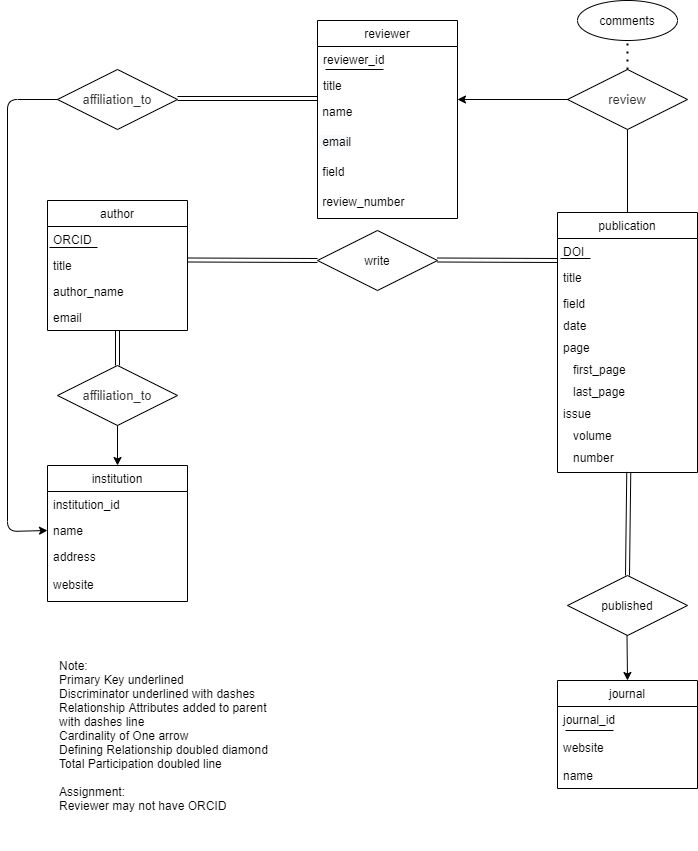
Earlier version of the draw.io export Untitled Diagram.png (impulseoy/learnGit). Source tidied: cells renumbered, new cells last; positions are measured from the earlier drawing's top-left corner, leaving out a move shared by most shapes. The source it was exported from:
```xml
<mxGraphModel>
  <root>
    <mxCell id="0" />
    <mxCell id="1" parent="0" />
    <mxCell id="2" value="publication" style="swimlane;fontStyle=0;horizontal=1;startSize=26;fillColor=none;" parent="1" vertex="1">
      <mxGeometry x="550" y="212" width="140" height="260" as="geometry" />
    </mxCell>
    <mxCell id="3" value="DOI" style="text;strokeColor=none;fillColor=none;align=left;verticalAlign=top;spacingLeft=4;spacingRight=4;overflow=hidden;" parent="2" vertex="1">
      <mxGeometry y="26" width="140" height="26" as="geometry" />
    </mxCell>
    <mxCell id="4" style="endArrow=none;html=1;" parent="2" edge="1">
      <mxGeometry relative="1" as="geometry">
        <mxPoint x="3" y="46" as="sourcePoint" />
        <mxPoint x="33" y="46" as="targetPoint" />
      </mxGeometry>
    </mxCell>
    <mxCell id="5" value="title" style="text;strokeColor=none;fillColor=none;align=left;verticalAlign=top;spacingLeft=4;spacingRight=4;overflow=hidden;" parent="2" vertex="1">
      <mxGeometry y="52" width="140" height="26" as="geometry" />
    </mxCell>
    <mxCell id="6" value="field" style="text;strokeColor=none;fillColor=none;align=left;verticalAlign=top;spacingLeft=4;spacingRight=4;overflow=hidden;" parent="2" vertex="1">
      <mxGeometry y="78" width="140" height="22" as="geometry" />
    </mxCell>
    <mxCell id="7" value="date" style="text;strokeColor=none;fillColor=none;align=left;verticalAlign=top;spacingLeft=4;spacingRight=4;overflow=hidden;" parent="2" vertex="1">
      <mxGeometry y="100" width="140" height="22" as="geometry" />
    </mxCell>
    <mxCell id="8" value="page" style="text;strokeColor=none;fillColor=none;align=left;verticalAlign=top;spacingLeft=4;spacingRight=4;overflow=hidden;" parent="2" vertex="1">
      <mxGeometry y="122" width="140" height="22" as="geometry" />
    </mxCell>
    <mxCell id="9" value="   first_page" style="text;strokeColor=none;fillColor=none;align=left;verticalAlign=top;spacingLeft=4;spacingRight=4;overflow=hidden;" parent="2" vertex="1">
      <mxGeometry y="144" width="140" height="22" as="geometry" />
    </mxCell>
    <mxCell id="10" value="   last_page" style="text;strokeColor=none;fillColor=none;align=left;verticalAlign=top;spacingLeft=4;spacingRight=4;overflow=hidden;" parent="2" vertex="1">
      <mxGeometry y="166" width="140" height="22" as="geometry" />
    </mxCell>
    <mxCell id="11" value="issue" style="text;strokeColor=none;fillColor=none;align=left;verticalAlign=top;spacingLeft=4;spacingRight=4;overflow=hidden;" parent="2" vertex="1">
      <mxGeometry y="188" width="140" height="22" as="geometry" />
    </mxCell>
    <mxCell id="12" value="   volume" style="text;strokeColor=none;fillColor=none;align=left;verticalAlign=top;spacingLeft=4;spacingRight=4;overflow=hidden;" parent="2" vertex="1">
      <mxGeometry y="210" width="140" height="22" as="geometry" />
    </mxCell>
    <mxCell id="13" value="   number" style="text;strokeColor=none;fillColor=none;align=left;verticalAlign=top;spacingLeft=4;spacingRight=4;overflow=hidden;points=[[0,0.5],[1,0.5]];portConstraint=eastwest;" parent="2" vertex="1">
      <mxGeometry y="232" width="140" height="28" as="geometry" />
    </mxCell>
    <mxCell id="14" value="author" style="swimlane;fontStyle=0;horizontal=1;startSize=26;fillColor=none;" parent="1" vertex="1">
      <mxGeometry x="40" y="200" width="140" height="130" as="geometry" />
    </mxCell>
    <mxCell id="15" value="ORCID" style="text;strokeColor=none;fillColor=none;align=left;verticalAlign=top;spacingLeft=4;spacingRight=4;overflow=hidden;" parent="14" vertex="1">
      <mxGeometry y="26" width="140" height="26" as="geometry" />
    </mxCell>
    <mxCell id="16" style="endArrow=none;html=1;" parent="14" edge="1">
      <mxGeometry relative="1" as="geometry">
        <mxPoint x="2" y="47" as="sourcePoint" />
        <mxPoint x="50" y="47" as="targetPoint" />
      </mxGeometry>
    </mxCell>
    <mxCell id="17" value="title" style="text;strokeColor=none;fillColor=none;align=left;verticalAlign=top;spacingLeft=4;spacingRight=4;overflow=hidden;" parent="14" vertex="1">
      <mxGeometry y="52" width="140" height="26" as="geometry" />
    </mxCell>
    <mxCell id="18" value="author_name" style="text;strokeColor=none;fillColor=none;align=left;verticalAlign=top;spacingLeft=4;spacingRight=4;overflow=hidden;" parent="14" vertex="1">
      <mxGeometry y="78" width="140" height="26" as="geometry" />
    </mxCell>
    <mxCell id="19" value="email" style="text;strokeColor=none;fillColor=none;align=left;verticalAlign=top;spacingLeft=4;spacingRight=4;overflow=hidden;" parent="14" vertex="1">
      <mxGeometry y="104" width="140" height="26" as="geometry" />
    </mxCell>
    <mxCell id="20" value="write" style="shape=rhombus;perimeter=rhombusPerimeter;whiteSpace=wrap;html=1;align=center;" parent="1" vertex="1">
      <mxGeometry x="310" y="230" width="120" height="60" as="geometry" />
    </mxCell>
    <mxCell id="21" style="shape=link;html=1;rounded=0;" parent="1" edge="1">
      <mxGeometry relative="1" as="geometry">
        <mxPoint x="180" y="259.5" as="sourcePoint" />
        <mxPoint x="310" y="260" as="targetPoint" />
      </mxGeometry>
    </mxCell>
    <mxCell id="22" value="journal" style="swimlane;fontStyle=0;horizontal=1;startSize=26;fillColor=none;" parent="1" vertex="1">
      <mxGeometry x="550" y="680" width="140" height="108" as="geometry" />
    </mxCell>
    <mxCell id="23" value="journal_id" style="text;strokeColor=none;fillColor=none;align=left;verticalAlign=top;spacingLeft=4;spacingRight=4;overflow=hidden;" parent="22" vertex="1">
      <mxGeometry y="26" width="140" height="28" as="geometry" />
    </mxCell>
    <mxCell id="24" style="endArrow=none;html=1;" parent="22" edge="1">
      <mxGeometry relative="1" as="geometry">
        <mxPoint x="8" y="50" as="sourcePoint" />
        <mxPoint x="56" y="50" as="targetPoint" />
      </mxGeometry>
    </mxCell>
    <mxCell id="25" value="website" style="text;strokeColor=none;fillColor=none;align=left;verticalAlign=top;spacingLeft=4;spacingRight=4;overflow=hidden;" parent="22" vertex="1">
      <mxGeometry y="54" width="140" height="28" as="geometry" />
    </mxCell>
    <mxCell id="26" value="name" style="text;strokeColor=none;fillColor=none;align=left;verticalAlign=top;spacingLeft=4;spacingRight=4;overflow=hidden;" parent="22" vertex="1">
      <mxGeometry y="82" width="140" height="26" as="geometry" />
    </mxCell>
    <mxCell id="27" value="institution" style="swimlane;fontStyle=0;horizontal=1;startSize=26;fillColor=none;" parent="1" vertex="1">
      <mxGeometry x="40" y="465" width="140" height="136" as="geometry" />
    </mxCell>
    <mxCell id="28" value="institution_id" style="text;strokeColor=none;fillColor=none;align=left;verticalAlign=top;spacingLeft=4;spacingRight=4;overflow=hidden;" parent="27" vertex="1">
      <mxGeometry y="26" width="140" height="26" as="geometry" />
    </mxCell>
    <mxCell id="29" value="name" style="text;strokeColor=none;fillColor=none;align=left;verticalAlign=top;spacingLeft=4;spacingRight=4;overflow=hidden;points=[[0,0.5],[1,0.5]];portConstraint=eastwest;" parent="27" vertex="1">
      <mxGeometry y="52" width="140" height="26" as="geometry" />
    </mxCell>
    <mxCell id="30" value="address" style="text;strokeColor=none;fillColor=none;align=left;verticalAlign=top;spacingLeft=4;spacingRight=4;overflow=hidden;" parent="27" vertex="1">
      <mxGeometry y="78" width="140" height="28" as="geometry" />
    </mxCell>
    <mxCell id="31" value="website" style="text;strokeColor=none;fillColor=none;align=left;verticalAlign=top;spacingLeft=4;spacingRight=4;overflow=hidden;" parent="27" vertex="1">
      <mxGeometry y="106" width="140" height="30" as="geometry" />
    </mxCell>
    <mxCell id="32" value="reviewer" style="swimlane;fontStyle=0;horizontal=1;startSize=26;fillColor=none;" parent="1" vertex="1">
      <mxGeometry x="310" y="20" width="140" height="198" as="geometry" />
    </mxCell>
    <mxCell id="33" value="reviewer_id" style="text;strokeColor=none;fillColor=none;align=left;verticalAlign=top;spacingLeft=4;spacingRight=4;overflow=hidden;" parent="32" vertex="1">
      <mxGeometry y="26" width="140" height="26" as="geometry" />
    </mxCell>
    <mxCell id="34" style="endArrow=none;html=1;" parent="32" edge="1">
      <mxGeometry relative="1" as="geometry">
        <mxPoint x="8" y="49" as="sourcePoint" />
        <mxPoint x="66" y="49" as="targetPoint" />
      </mxGeometry>
    </mxCell>
    <mxCell id="35" value="title" style="text;strokeColor=none;fillColor=none;align=left;verticalAlign=top;spacingLeft=4;spacingRight=4;overflow=hidden;" parent="32" vertex="1">
      <mxGeometry y="52" width="140" height="26" as="geometry" />
    </mxCell>
    <mxCell id="36" value="&lt;font face=&quot;helvetica&quot;&gt;&amp;nbsp;name&lt;/font&gt;" style="text;whiteSpace=wrap;html=1;" parent="32" vertex="1">
      <mxGeometry y="78" width="140" height="30" as="geometry" />
    </mxCell>
    <mxCell id="37" value="&lt;span style=&quot;color: rgb(0 , 0 , 0) ; font-family: &amp;#34;helvetica&amp;#34; ; font-size: 12px ; font-style: normal ; font-weight: 400 ; letter-spacing: normal ; text-align: left ; text-indent: 0px ; text-transform: none ; word-spacing: 0px ; background-color: rgb(248 , 249 , 250) ; display: inline ; float: none&quot;&gt;&amp;nbsp;email&lt;/span&gt;" style="text;whiteSpace=wrap;html=1;" parent="32" vertex="1">
      <mxGeometry y="108" width="140" height="30" as="geometry" />
    </mxCell>
    <mxCell id="38" value="&lt;font face=&quot;helvetica&quot;&gt;&amp;nbsp;field&lt;/font&gt;" style="text;whiteSpace=wrap;html=1;" parent="32" vertex="1">
      <mxGeometry y="138" width="140" height="30" as="geometry" />
    </mxCell>
    <mxCell id="39" value="&lt;font face=&quot;helvetica&quot;&gt;&amp;nbsp;review_number&lt;/font&gt;" style="text;whiteSpace=wrap;html=1;" parent="32" vertex="1">
      <mxGeometry y="168" width="140" height="30" as="geometry" />
    </mxCell>
    <mxCell id="40" value="published" style="shape=rhombus;perimeter=rhombusPerimeter;whiteSpace=wrap;html=1;align=center;" parent="1" vertex="1">
      <mxGeometry x="560" y="575" width="120" height="60" as="geometry" />
    </mxCell>
    <mxCell id="41" value="comments" style="ellipse;whiteSpace=wrap;html=1;align=center;" parent="1" vertex="1">
      <mxGeometry x="570" width="100" height="40" as="geometry" />
    </mxCell>
    <mxCell id="42" value="&lt;span style=&quot;color: rgb(51 , 51 , 51) ; font-family: &amp;#34;arial&amp;#34; , sans-serif ; font-size: 13px ; background-color: rgb(255 , 255 , 255)&quot;&gt;affiliation_to&lt;/span&gt;" style="shape=rhombus;perimeter=rhombusPerimeter;whiteSpace=wrap;html=1;align=center;" parent="1" vertex="1">
      <mxGeometry x="50" y="365" width="120" height="60" as="geometry" />
    </mxCell>
    <mxCell id="43" style="shape=link;html=1;rounded=0;" parent="1" edge="1">
      <mxGeometry relative="1" as="geometry">
        <mxPoint x="430" y="259.5" as="sourcePoint" />
        <mxPoint x="550" y="260" as="targetPoint" />
      </mxGeometry>
    </mxCell>
    <mxCell id="44" style="endArrow=classic;html=1;exitX=0.5;exitY=1;exitDx=0;exitDy=0;entryX=0.5;entryY=0;entryDx=0;entryDy=0;" parent="1" edge="1" source="42" target="27">
      <mxGeometry relative="1" as="geometry" />
    </mxCell>
    <mxCell id="45" value="&lt;span style=&quot;color: rgb(51 , 51 , 51) ; font-family: &amp;#34;arial&amp;#34; , sans-serif ; font-size: 13px ; background-color: rgb(255 , 255 , 255)&quot;&gt;affiliation_to&lt;/span&gt;" style="shape=rhombus;perimeter=rhombusPerimeter;whiteSpace=wrap;html=1;align=center;" parent="1" vertex="1">
      <mxGeometry x="50" y="69" width="120" height="60" as="geometry" />
    </mxCell>
    <mxCell id="46" style="endArrow=classic;html=1;exitX=0;exitY=0.5;exitDx=0;exitDy=0;entryX=0;entryY=0.5;entryDx=0;entryDy=0;" parent="1" edge="1" source="45" target="29">
      <mxGeometry relative="1" as="geometry">
        <Array as="points">
          <mxPoint y="99" />
          <mxPoint y="531" />
        </Array>
      </mxGeometry>
    </mxCell>
    <mxCell id="47" value="&lt;span style=&quot;color: rgb(51 , 51 , 51) ; font-family: &amp;#34;arial&amp;#34; , sans-serif ; font-size: 13px ; background-color: rgb(255 , 255 , 255)&quot;&gt;review&lt;/span&gt;" style="shape=rhombus;perimeter=rhombusPerimeter;whiteSpace=wrap;html=1;align=center;" parent="1" vertex="1">
      <mxGeometry x="560" y="69" width="120" height="60" as="geometry" />
    </mxCell>
    <mxCell id="48" style="endArrow=classic;html=1;" parent="1" edge="1">
      <mxGeometry relative="1" as="geometry">
        <mxPoint x="561" y="99" as="sourcePoint" />
        <mxPoint x="450" y="99" as="targetPoint" />
      </mxGeometry>
    </mxCell>
    <mxCell id="49" value="&lt;span style=&quot;color: rgba(0 , 0 , 0 , 0) ; font-family: monospace ; font-size: 0px ; background-color: rgb(248 , 249 , 250)&quot;&gt;%3CmxGraphModel%3E%3Croot%3E%3CmxCell%20id%3D%220%22%2F%3E%3CmxCell%20id%3D%221%22%20parent%3D%220%22%2F%3E%3CmxCell%20id%3D%222%22%20value%3D%22%22%20style%3D%22endArrow%3Dnone%3Bhtml%3D1%3Brounded%3D0%3BexitX%3D1%3BexitY%3D0.5%3BexitDx%3D0%3BexitDy%3D0%3BentryX%3D0%3BentryY%3D0%3BentryDx%3D0%3BentryDy%3D0%3B%22%20edge%3D%221%22%20parent%3D%221%22%3E%3CmxGeometry%20relative%3D%221%22%20as%3D%22geometry%22%3E%3CmxPoint%20x%3D%22250%22%20y%3D%22359%22%20as%3D%22sourcePoint%22%2F%3E%3CmxPoint%20x%3D%22390%22%20y%3D%22358%22%20as%3D%22targetPoint%22%2F%3E%3C%2FmxGeometry%3E%3C%2FmxCell%3E%3C%2Froot%3E%3C%2FmxGraphModel%3E&lt;/span&gt;" style="endArrow=none;html=1;rounded=0;exitX=0.5;exitY=0;exitDx=0;exitDy=0;entryX=0;entryY=0;entryDx=0;entryDy=0;" parent="1" edge="1" source="2">
      <mxGeometry relative="1" as="geometry">
        <mxPoint x="620" y="129" as="targetPoint" />
      </mxGeometry>
    </mxCell>
    <mxCell id="50" value="Note:&lt;br&gt;Primary Key underlined&lt;br&gt;Discriminator underlined with dashes&lt;br&gt;Relationship Attributes added to parent with dashes line&lt;br&gt;Cardinality of One arrow&lt;br&gt;Defining Relationship doubled diamond&lt;br&gt;Total Participation doubled line&lt;br&gt;&lt;br&gt;Assignment:&lt;br&gt;Reviewer may not have ORCID&lt;br&gt;" style="text;html=1;strokeColor=none;fillColor=none;align=left;verticalAlign=middle;whiteSpace=wrap;rounded=0;" parent="1" vertex="1">
      <mxGeometry x="50" y="620" width="230" height="230" as="geometry" />
    </mxCell>
    <mxCell id="51" style="endArrow=none;dashed=1;html=1;dashPattern=1 3;strokeWidth=2;" parent="1" edge="1" source="47">
      <mxGeometry relative="1" as="geometry">
        <mxPoint x="620" y="40" as="targetPoint" />
      </mxGeometry>
    </mxCell>
    <mxCell id="52" style="endArrow=classic;html=1;exitX=0.5;exitY=1;exitDx=0;exitDy=0;entryX=0.5;entryY=0;entryDx=0;entryDy=0;" parent="1" edge="1" target="22">
      <mxGeometry relative="1" as="geometry">
        <mxPoint x="619.5" y="635" as="sourcePoint" />
      </mxGeometry>
    </mxCell>
    <mxCell id="53" style="shape=link;html=1;rounded=0;entryX=0.509;entryY=0.981;entryDx=0;entryDy=0;entryPerimeter=0;exitX=0.5;exitY=0;exitDx=0;exitDy=0;" parent="1" edge="1" source="40" target="13">
      <mxGeometry relative="1" as="geometry" />
    </mxCell>
    <mxCell id="54" style="shape=link;html=1;rounded=0;entryX=0;entryY=0;entryDx=0;entryDy=0;" parent="1" edge="1" target="36">
      <mxGeometry relative="1" as="geometry">
        <mxPoint x="170" y="98" as="sourcePoint" />
      </mxGeometry>
    </mxCell>
    <mxCell id="55" style="shape=link;html=1;rounded=0;entryX=0.5;entryY=0;entryDx=0;entryDy=0;" parent="1" edge="1" target="42">
      <mxGeometry relative="1" as="geometry">
        <mxPoint x="110" y="330" as="sourcePoint" />
      </mxGeometry>
    </mxCell>
  </root>
</mxGraphModel>
```
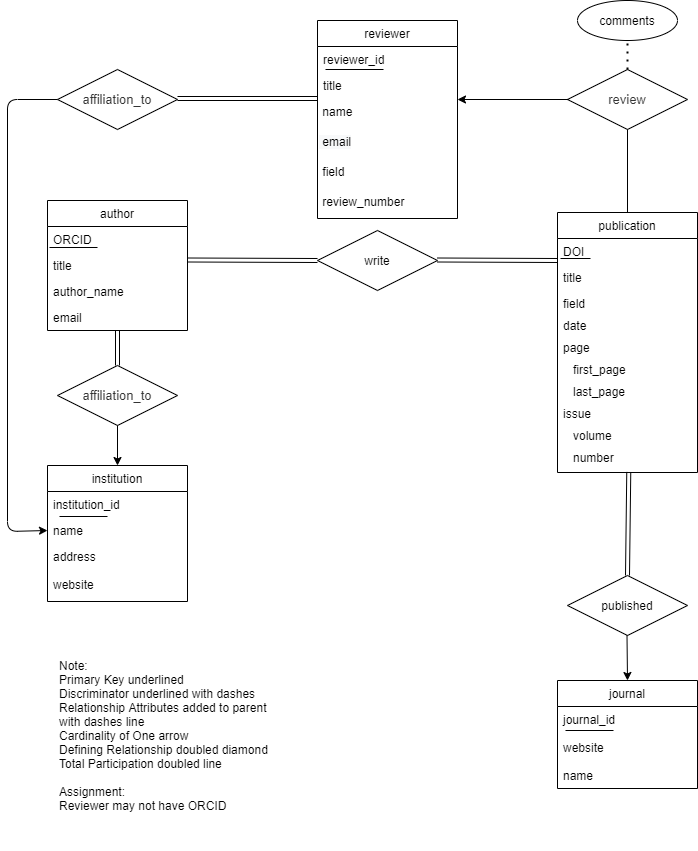
The same file after the commit.

Change to the diagram source:
```diff
@@ -95,6 +95,12 @@
     <mxCell id="28" value="institution_id" style="text;strokeColor=none;fillColor=none;align=left;verticalAlign=top;spacingLeft=4;spacingRight=4;overflow=hidden;" parent="27" vertex="1">
       <mxGeometry y="26" width="140" height="26" as="geometry" />
     </mxCell>
+    <mxCell id="56" style="endArrow=none;html=1;" parent="27" edge="1">
+      <mxGeometry relative="1" as="geometry">
+        <mxPoint x="12" y="51" as="sourcePoint" />
+        <mxPoint x="60" y="51" as="targetPoint" />
+      </mxGeometry>
+    </mxCell>
     <mxCell id="29" value="name" style="text;strokeColor=none;fillColor=none;align=left;verticalAlign=top;spacingLeft=4;spacingRight=4;overflow=hidden;points=[[0,0.5],[1,0.5]];portConstraint=eastwest;" parent="27" vertex="1">
       <mxGeometry y="52" width="140" height="26" as="geometry" />
     </mxCell>
```
